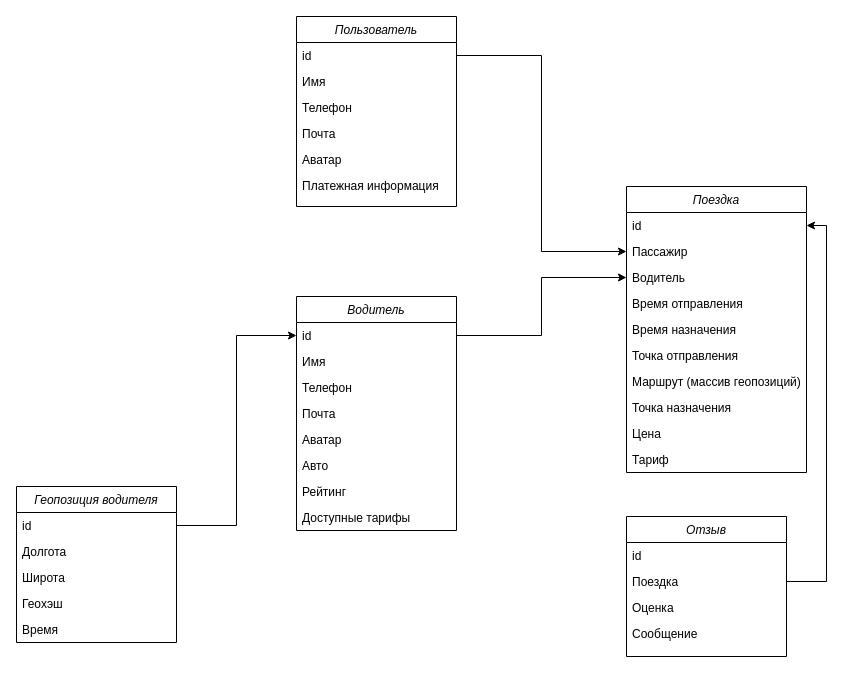
frbgd/tp-highload-course_project keeps this draw.io diagram as files/logical_db.drawio. Above is the earlier version. Source tidied: cells renumbered, new cells numbered last; positions are measured from the earlier drawing's top-left corner, leaving out a move shared by most shapes. Both pictures are drawn from the tidied source at 100%, with x=0, y=0 at pixel (16, 16).
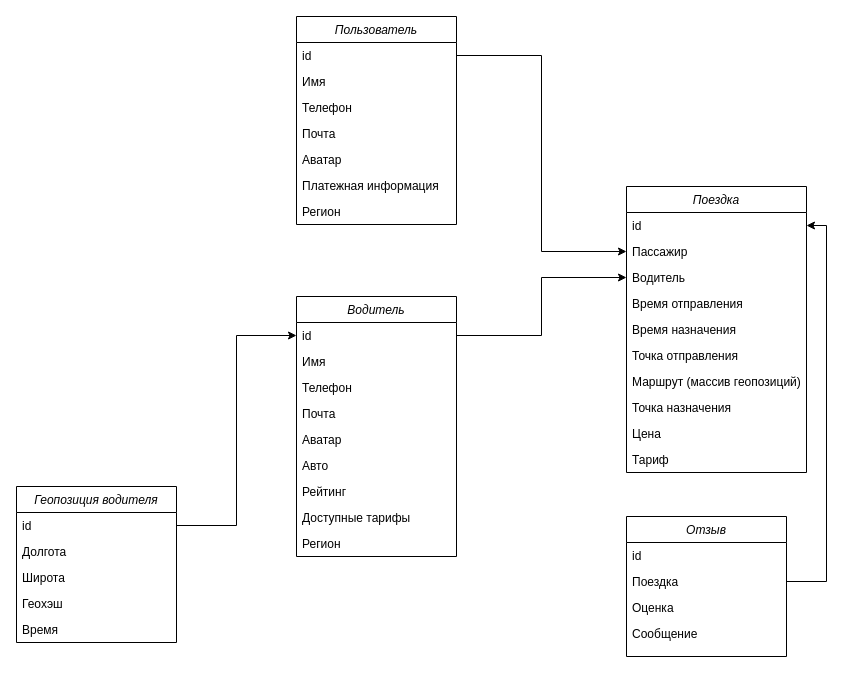
The same page after the edit.

Commit message (it also covers changes not shown here):
обновление картинок

Diff of the diagram source:
```diff
@@
     <mxCell id="2" value="Водитель" style="swimlane;fontStyle=2;align=center;verticalAlign=top;horizontal=1;startSize=26;rounded=0;shadow=0;strokeWidth=1;" parent="1" vertex="1">
-      <mxGeometry x="280" y="280" width="160" height="234" as="geometry" />
+      <mxGeometry x="280" y="280" width="160" height="260" as="geometry" />
     </mxCell>
@@
+    <mxCell id="44" value="Регион" style="text;align=left;verticalAlign=top;spacingLeft=4;spacingRight=4;overflow=hidden;rounded=0;shadow=0;html=0;" parent="2" vertex="1">
+      <mxGeometry y="234" width="160" height="26" as="geometry" />
+    </mxCell>
     <mxCell id="11" value="Пользователь" style="swimlane;fontStyle=2;align=center;verticalAlign=top;horizontal=1;startSize=26;rounded=0;shadow=0;strokeWidth=1;" parent="1" vertex="1">
-      <mxGeometry x="280" width="160" height="190" as="geometry" />
+      <mxGeometry x="280" width="160" height="208" as="geometry" />
     </mxCell>
@@
+    <mxCell id="45" value="Регион" style="text;align=left;verticalAlign=top;spacingLeft=4;spacingRight=4;overflow=hidden;rounded=0;shadow=0;html=0;" parent="11" vertex="1">
+      <mxGeometry y="182" width="160" height="26" as="geometry" />
+    </mxCell>
```
